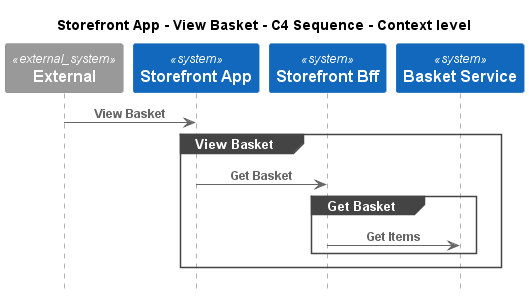
Earlier version of the PlantUML export e-commerce-platform/Software Systems/Storefront App/Interfaces/View Basket/Context - C4 Sequence.png (C4InterFlow/architecture-as-code-samples).
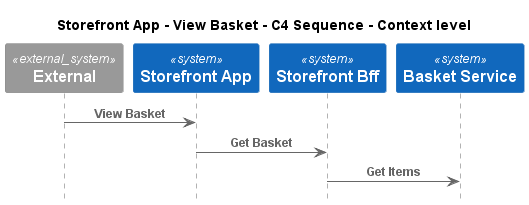
Above is the later version.

Change to the diagram source:
```diff
@@ -10,12 +10,8 @@
 System(ECommercePlatform.SoftwareSystems.BasketService, "Basket Service", "")
 
 Rel(C4InterFlow.SoftwareSystems.ExternalSystem, ECommercePlatform.SoftwareSystems.StorefrontApp, "View Basket")
-group View Basket
 Rel(ECommercePlatform.SoftwareSystems.StorefrontApp, ECommercePlatform.SoftwareSystems.StorefrontBff, "Get Basket")
-group Get Basket
 Rel(ECommercePlatform.SoftwareSystems.StorefrontBff, ECommercePlatform.SoftwareSystems.BasketService, "Get Items")
-end
-end
 
 
 @enduml
```
